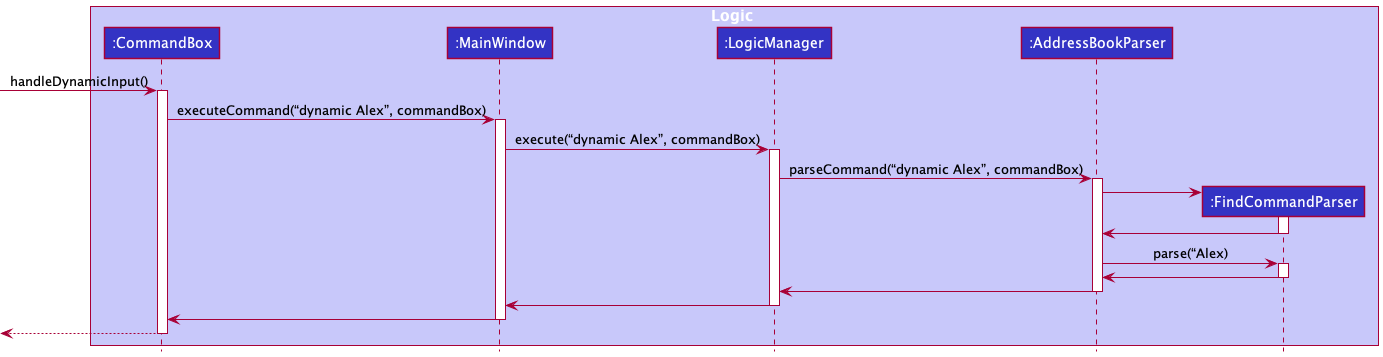
The PlantUML diagram docs/images/DynamicInputFindDiagram.png in zihaowrez/tp, before a commit. Source of this version:
```plantuml
@startuml
!include style.puml

box Logic LOGIC_COLOR_T1
participant “:CommandBox” as CommandBox LOGIC_COLOR
participant “:MainWindow” as MainWindow LOGIC_COLOR
participant “:LogicManager” as LogicManager LOGIC_COLOR
participant “:AddressBookParser” as AddressBookParser LOGIC_COLOR
participant “:FindCommandParser” as FindCommandParser LOGIC_COLOR
end box

[-> CommandBox : handleDynamicInput()
activate CommandBox

CommandBox -> MainWindow : executeCommand(“dynamic Alex”, commandBox)
activate MainWindow

MainWindow -> LogicManager : execute(“dynamic Alex”, commandBox)
activate LogicManager

LogicManager -> AddressBookParser : parseCommand(“dynamic Alex”, commandBox)
activate AddressBookParser

create FindCommandParser
AddressBookParser -> FindCommandParser
activate FindCommandParser

FindCommandParser -> AddressBookParser
deactivate FindCommandParser

AddressBookParser -> FindCommandParser : parse(“Alex)
activate FindCommandParser

FindCommandParser -> AddressBookParser
deactivate FindCommandParser

AddressBookParser -> LogicManager
deactivate AddressBookParser

LogicManager -> MainWindow
deactivate LogicManager

MainWindow -> CommandBox
deactivate MainWindow

[<-- CommandBox
deactivate CommandBox
@enduml
```
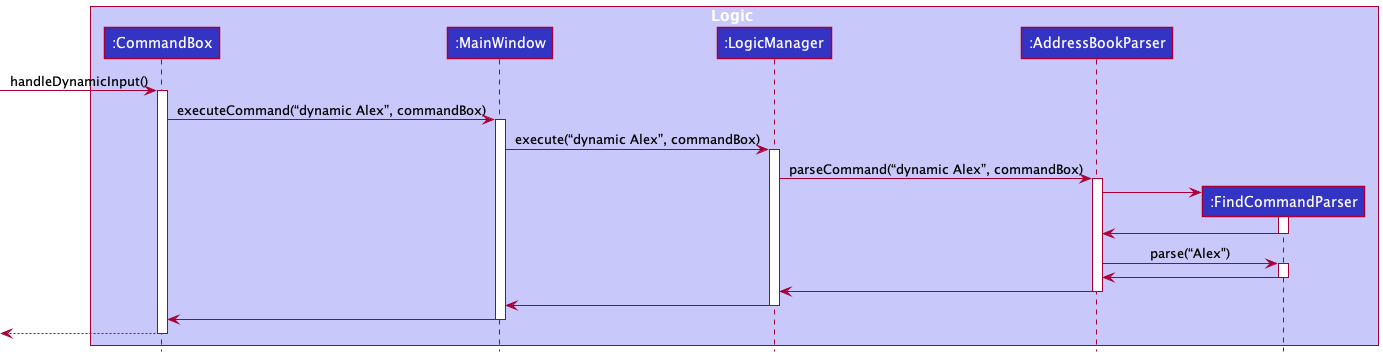
Later version of the same file.

Change to the diagram source:
```diff
@@ -28,7 +28,7 @@
 FindCommandParser -> AddressBookParser
 deactivate FindCommandParser
 
-AddressBookParser -> FindCommandParser : parse(“Alex)
+AddressBookParser -> FindCommandParser : parse(“Alex")
 activate FindCommandParser
 
 FindCommandParser -> AddressBookParser
```
